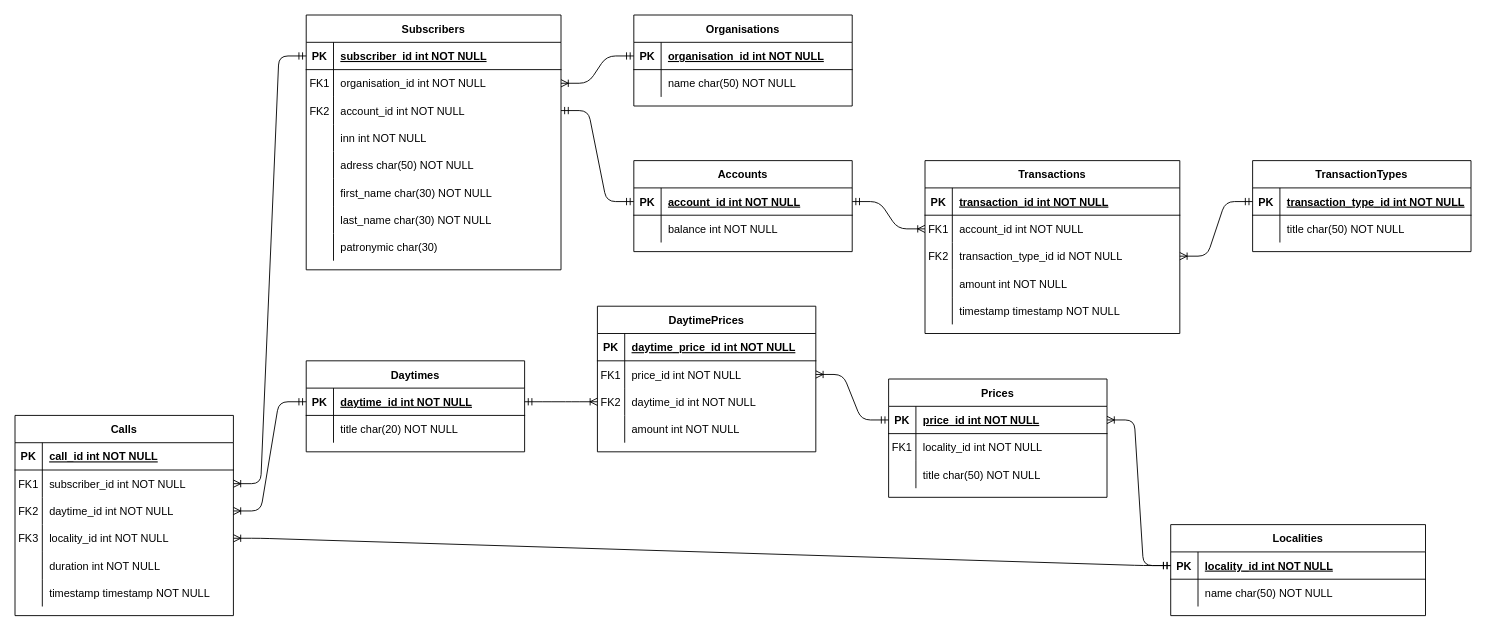
The draw.io diagram DBSchema.drawio in temoncher/telephone-company-api, before the edit. Source tidied: cells renumbered, new cells numbered last; positions are measured from the earlier drawing's top-left corner, leaving out a move shared by most shapes. Both pictures are drawn from the tidied source at 91%, with x=0, y=0 at pixel (15, 15).
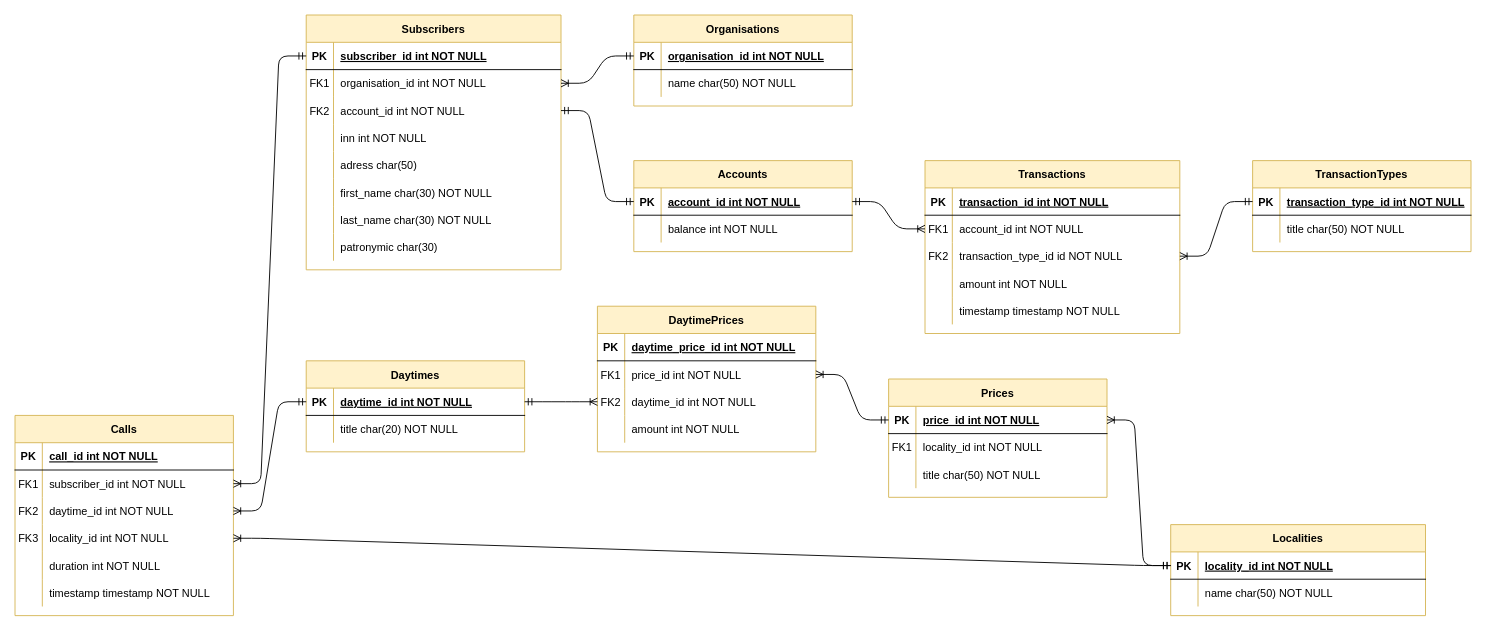
Above is the later version.

Unchanged cells that the change refers to:
```xml
<mxCell id="29" style="shape=partialRectangle;fillColor=none;top=0;left=0;right=0;bottom=0;" parent="16" vertex="1">
  <mxGeometry y="150" width="280" height="30" as="geometry" />
</mxCell>
```

Diff of the diagram source:
```diff
@@
-    <mxCell id="2" value="Organisations" style="shape=table;startSize=30;childLayout=tableLayout;rowLines=0;fontStyle=1;align=center;" parent="1" vertex="1">
+    <mxCell id="2" value="Organisations" style="shape=table;startSize=30;childLayout=tableLayout;rowLines=0;fontStyle=1;align=center;fillColor=#fff2cc;strokeColor=#d6b656;" parent="1" vertex="1">
       <mxGeometry x="680" width="240" height="100" as="geometry" />
     </mxCell>
@@
-    <mxCell id="9" value="Accounts" style="shape=table;startSize=30;childLayout=tableLayout;rowLines=0;fontStyle=1;align=center;" parent="1" vertex="1">
+    <mxCell id="9" value="Accounts" style="shape=table;startSize=30;childLayout=tableLayout;rowLines=0;fontStyle=1;align=center;fillColor=#fff2cc;strokeColor=#d6b656;" parent="1" vertex="1">
       <mxGeometry x="680" y="160" width="240" height="100" as="geometry" />
     </mxCell>
@@
-    <mxCell id="16" value="Subscribers" style="shape=table;startSize=30;childLayout=tableLayout;rowLines=0;fontStyle=1;align=center;rounded=0;sketch=0;shadow=0;" parent="1" vertex="1">
+    <mxCell id="16" value="Subscribers" style="shape=table;startSize=30;childLayout=tableLayout;rowLines=0;fontStyle=1;align=center;rounded=0;sketch=0;shadow=0;fillColor=#fff2cc;strokeColor=#d6b656;" parent="1" vertex="1">
       <mxGeometry x="320" width="280" height="280" as="geometry" />
     </mxCell>
@@
-    <mxCell id="31" value="adress char(50) NOT NULL" style="shape=partialRectangle;overflow=hidden;fillColor=none;top=0;left=0;bottom=0;right=0;align=left;spacingLeft=6;" parent="29" vertex="1">
+    <mxCell id="31" value="adress char(50)" style="shape=partialRectangle;overflow=hidden;fillColor=none;top=0;left=0;bottom=0;right=0;align=left;spacingLeft=6;" parent="29" vertex="1">
       <mxGeometry x="30" width="250" height="30" as="geometry" />
     </mxCell>
@@
-    <mxCell id="42" value="Transactions" style="shape=table;startSize=30;childLayout=tableLayout;rowLines=0;fontStyle=1;align=center;rounded=0;shadow=0;sketch=0;" parent="1" vertex="1">
+    <mxCell id="42" value="Transactions" style="shape=table;startSize=30;childLayout=tableLayout;rowLines=0;fontStyle=1;align=center;rounded=0;shadow=0;sketch=0;fillColor=#fff2cc;strokeColor=#d6b656;" parent="1" vertex="1">
       <mxGeometry x="1000" y="160" width="280" height="190" as="geometry" />
     </mxCell>
@@
-    <mxCell id="58" value="Localities" style="shape=table;startSize=30;childLayout=tableLayout;rowLines=0;fontStyle=1;align=center;rounded=0;shadow=0;sketch=0;" parent="1" vertex="1">
+    <mxCell id="58" value="Localities" style="shape=table;startSize=30;childLayout=tableLayout;rowLines=0;fontStyle=1;align=center;rounded=0;shadow=0;sketch=0;fillColor=#fff2cc;strokeColor=#d6b656;" parent="1" vertex="1">
       <mxGeometry x="1270" y="560" width="280" height="100" as="geometry" />
     </mxCell>
@@
-    <mxCell id="65" value="Prices" style="shape=table;startSize=30;childLayout=tableLayout;rowLines=0;fontStyle=1;align=center;rounded=0;shadow=0;sketch=0;" parent="1" vertex="1">
+    <mxCell id="65" value="Prices" style="shape=table;startSize=30;childLayout=tableLayout;rowLines=0;fontStyle=1;align=center;rounded=0;shadow=0;sketch=0;fillColor=#fff2cc;strokeColor=#d6b656;" parent="1" vertex="1">
       <mxGeometry x="960" y="400" width="240" height="130" as="geometry" />
     </mxCell>
@@
-    <mxCell id="75" value="DaytimePrices" style="shape=table;startSize=30;childLayout=tableLayout;rowLines=0;fontStyle=1;align=center;rounded=0;shadow=0;sketch=0;" parent="1" vertex="1">
+    <mxCell id="75" value="DaytimePrices" style="shape=table;startSize=30;childLayout=tableLayout;rowLines=0;fontStyle=1;align=center;rounded=0;shadow=0;sketch=0;fillColor=#fff2cc;strokeColor=#d6b656;" parent="1" vertex="1">
       <mxGeometry x="640" y="320" width="240" height="160" as="geometry" />
     </mxCell>
@@
-    <mxCell id="92" value="Calls" style="shape=table;startSize=30;childLayout=tableLayout;rowLines=0;fontStyle=1;align=center;rounded=0;shadow=0;sketch=0;" parent="1" vertex="1">
+    <mxCell id="92" value="Calls" style="shape=table;startSize=30;childLayout=tableLayout;rowLines=0;fontStyle=1;align=center;rounded=0;shadow=0;sketch=0;fillColor=#fff2cc;strokeColor=#d6b656;" parent="1" vertex="1">
       <mxGeometry y="440" width="240" height="220" as="geometry" />
     </mxCell>
@@
-    <mxCell id="113" value="Daytimes" style="shape=table;startSize=30;childLayout=tableLayout;rowLines=0;fontStyle=1;align=center;rounded=0;shadow=0;sketch=0;" parent="1" vertex="1">
+    <mxCell id="113" value="Daytimes" style="shape=table;startSize=30;childLayout=tableLayout;rowLines=0;fontStyle=1;align=center;rounded=0;shadow=0;sketch=0;fillColor=#fff2cc;strokeColor=#d6b656;" parent="1" vertex="1">
       <mxGeometry x="320" y="380" width="240" height="100" as="geometry" />
     </mxCell>
@@
-    <mxCell id="122" value="TransactionTypes" style="shape=table;startSize=30;childLayout=tableLayout;rowLines=0;fontStyle=1;align=center;rounded=0;shadow=0;sketch=0;" parent="1" vertex="1">
+    <mxCell id="122" value="TransactionTypes" style="shape=table;startSize=30;childLayout=tableLayout;rowLines=0;fontStyle=1;align=center;rounded=0;shadow=0;sketch=0;fillColor=#fff2cc;strokeColor=#d6b656;" parent="1" vertex="1">
       <mxGeometry x="1360" y="160" width="240" height="100" as="geometry" />
     </mxCell>
```
